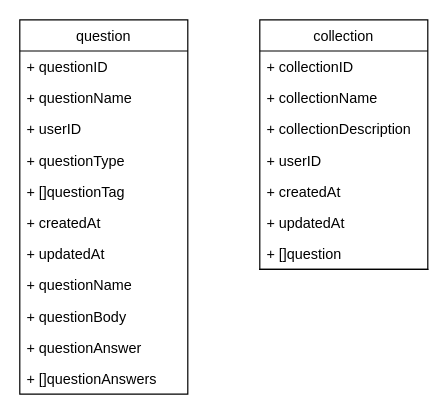
swkoubou/HackU2021 keeps this draw.io diagram as diagram/classDiagram.drawio. Above is the earlier version. Source tidied: cells renumbered, new cells numbered last; positions are measured from the earlier drawing's top-left corner, leaving out a move shared by most shapes. Both pictures are drawn from the tidied source at 120%, with x=0, y=0 at pixel (19, 19).
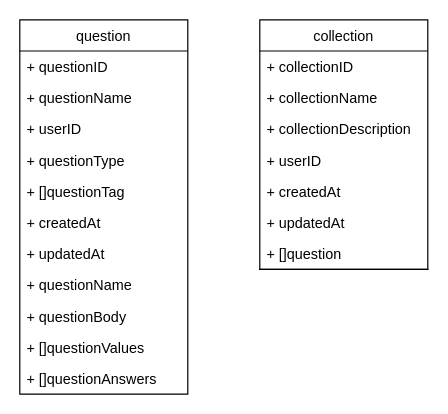
After the change.

Commit message (it also covers changes not shown here):
ER図と簡単なクラス図のプロパティをJSONの方に合わせた

Unchanged cells that the change refers to:
```xml
<mxCell id="2" value="question" style="swimlane;fontStyle=0;horizontal=1;startSize=26;" parent="1" vertex="1">
  <mxGeometry width="140" height="312" as="geometry" />
</mxCell>
```

Diff of the diagram source:
```diff
@@
-    <mxCell id="12" value="+ questionAnswer" style="text;strokeColor=none;fillColor=none;align=left;verticalAlign=top;spacingLeft=4;spacingRight=4;overflow=hidden;" parent="2" vertex="1">
+    <mxCell id="12" value="+ []questionValues" style="text;strokeColor=none;fillColor=none;align=left;verticalAlign=top;spacingLeft=4;spacingRight=4;overflow=hidden;" parent="2" vertex="1">
       <mxGeometry y="260" width="140" height="26" as="geometry" />
     </mxCell>
```
